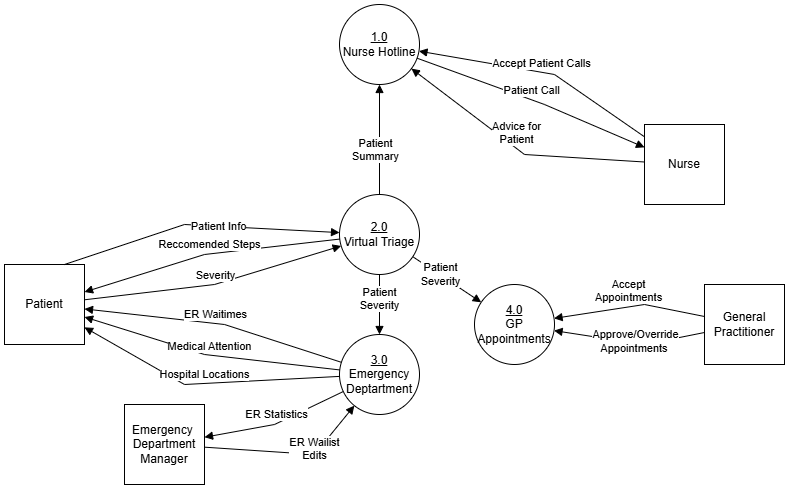
SENG-350-2024-fall/Team9 keeps this draw.io diagram as AmirWork/M3/DFDLevel0.drawio.png. Above is the earlier version. Source tidied: cells renumbered, new cells last; positions are measured from the earlier drawing's top-left corner, leaving out a move shared by most shapes. Source of this version:
```xml
<mxGraphModel>
  <root>
    <mxCell id="0" />
    <mxCell id="1" parent="0" />
    <mxCell id="2" value="&lt;u&gt;1.0&lt;/u&gt;&lt;div&gt;Nurse Hotline&lt;/div&gt;" style="ellipse;whiteSpace=wrap;html=1;" parent="1" vertex="1">
      <mxGeometry x="335" width="80" height="80" as="geometry" />
    </mxCell>
    <mxCell id="3" value="&lt;u&gt;2.0&lt;/u&gt;&lt;div&gt;Virtual Triage&lt;/div&gt;" style="ellipse;whiteSpace=wrap;html=1;" parent="1" vertex="1">
      <mxGeometry x="335" y="190" width="80" height="80" as="geometry" />
    </mxCell>
    <mxCell id="4" value="&lt;u&gt;3.0&lt;/u&gt;&lt;div&gt;Emergency Deptartment&lt;/div&gt;" style="ellipse;whiteSpace=wrap;html=1;" parent="1" vertex="1">
      <mxGeometry x="335" y="330" width="80" height="80" as="geometry" />
    </mxCell>
    <mxCell id="5" value="Patient" style="whiteSpace=wrap;html=1;" parent="1" vertex="1">
      <mxGeometry y="260" width="80" height="80" as="geometry" />
    </mxCell>
    <mxCell id="6" value="Severity" style="html=1;verticalAlign=bottom;endArrow=block;curved=0;rounded=0;" parent="1" edge="1" source="5" target="3">
      <mxGeometry relative="1" as="geometry">
        <Array as="points">
          <mxPoint x="210" y="280" />
        </Array>
      </mxGeometry>
    </mxCell>
    <mxCell id="7" value="Nurse" style="whiteSpace=wrap;html=1;" parent="1" vertex="1">
      <mxGeometry x="640" y="120" width="80" height="80" as="geometry" />
    </mxCell>
    <mxCell id="8" value="Patient Call" style="html=1;verticalAlign=bottom;endArrow=block;curved=0;rounded=0;" parent="1" edge="1" source="2" target="7">
      <mxGeometry relative="1" as="geometry">
        <Array as="points">
          <mxPoint x="540" y="100" />
        </Array>
      </mxGeometry>
    </mxCell>
    <mxCell id="9" value="Emergency&amp;nbsp;&lt;div&gt;Department&lt;br&gt;&lt;div&gt;Ma&lt;span style=&quot;background-color: initial;&quot;&gt;nager&lt;/span&gt;&lt;/div&gt;&lt;/div&gt;" style="whiteSpace=wrap;html=1;" parent="1" vertex="1">
      <mxGeometry x="120" y="400" width="80" height="80" as="geometry" />
    </mxCell>
    <mxCell id="10" value="ER Statistics" style="html=1;verticalAlign=bottom;endArrow=block;curved=0;rounded=0;" parent="1" edge="1" source="4" target="9">
      <mxGeometry relative="1" as="geometry">
        <Array as="points">
          <mxPoint x="270" y="420" />
        </Array>
      </mxGeometry>
    </mxCell>
    <mxCell id="11" value="ER Wailist&lt;div&gt;Edits&lt;/div&gt;" style="html=1;verticalAlign=bottom;endArrow=block;curved=0;rounded=0;" parent="1" edge="1" source="9" target="4">
      <mxGeometry x="0.27" y="-10" relative="1" as="geometry">
        <Array as="points">
          <mxPoint x="310" y="450" />
        </Array>
        <mxPoint x="-8" y="4" as="offset" />
      </mxGeometry>
    </mxCell>
    <mxCell id="12" value="ER Waitimes" style="html=1;verticalAlign=bottom;endArrow=block;curved=0;rounded=0;" parent="1" edge="1" source="4" target="5">
      <mxGeometry relative="1" as="geometry">
        <Array as="points">
          <mxPoint x="220" y="320" />
        </Array>
      </mxGeometry>
    </mxCell>
    <mxCell id="13" value="Reccomended Steps" style="html=1;verticalAlign=bottom;endArrow=block;curved=0;rounded=0;" parent="1" edge="1" source="3" target="5">
      <mxGeometry relative="1" as="geometry">
        <Array as="points">
          <mxPoint x="200" y="250" />
        </Array>
      </mxGeometry>
    </mxCell>
    <mxCell id="14" value="Advice for&lt;div&gt;Patient&lt;/div&gt;" style="html=1;verticalAlign=bottom;endArrow=block;curved=0;rounded=0;" parent="1" edge="1" source="7" target="2">
      <mxGeometry relative="1" as="geometry">
        <Array as="points">
          <mxPoint x="520" y="150" />
        </Array>
      </mxGeometry>
    </mxCell>
    <mxCell id="15" value="General Practitioner" style="whiteSpace=wrap;html=1;" parent="1" vertex="1">
      <mxGeometry x="700" y="280" width="80" height="80" as="geometry" />
    </mxCell>
    <mxCell id="16" value="Medical Attention" style="html=1;verticalAlign=bottom;endArrow=block;curved=0;rounded=0;" parent="1" edge="1" source="4" target="5">
      <mxGeometry relative="1" as="geometry">
        <Array as="points">
          <mxPoint x="200" y="350" />
        </Array>
      </mxGeometry>
    </mxCell>
    <mxCell id="17" value="Patient&lt;div&gt;Summary&lt;/div&gt;" style="html=1;verticalAlign=bottom;endArrow=block;curved=0;rounded=0;" parent="1" edge="1" source="3" target="2">
      <mxGeometry x="-0.47" y="4" relative="1" as="geometry" />
    </mxCell>
    <mxCell id="18" value="Patient&lt;div&gt;Severity&lt;/div&gt;" style="html=1;verticalAlign=bottom;endArrow=block;curved=0;rounded=0;" parent="1" edge="1" source="3" target="4">
      <mxGeometry x="0.33" relative="1" as="geometry" />
    </mxCell>
    <mxCell id="19" value="Hospital Locations" style="html=1;verticalAlign=bottom;endArrow=block;curved=0;rounded=0;" parent="1" edge="1" source="4" target="5">
      <mxGeometry relative="1" as="geometry">
        <Array as="points">
          <mxPoint x="180" y="380" />
        </Array>
      </mxGeometry>
    </mxCell>
    <mxCell id="20" style="html=1;verticalAlign=bottom;endArrow=block;curved=0;rounded=0;exitX=0.75;exitY=0;exitDx=0;exitDy=0;" parent="1" edge="1" source="5" target="3">
      <mxGeometry x="0.13" y="-14" relative="1" as="geometry">
        <Array as="points">
          <mxPoint x="180" y="220" />
        </Array>
      </mxGeometry>
    </mxCell>
    <mxCell id="21" value="Patient Info" style="edgeLabel;html=1;align=center;verticalAlign=middle;" parent="20" vertex="1">
      <mxGeometry x="0.05" relative="1" as="geometry">
        <mxPoint x="12" as="offset" />
      </mxGeometry>
    </mxCell>
    <mxCell id="22" value="&lt;u&gt;4.0&lt;/u&gt;&lt;div&gt;GP Appointments&lt;/div&gt;" style="ellipse;whiteSpace=wrap;html=1;" parent="1" vertex="1">
      <mxGeometry x="470" y="280" width="80" height="80" as="geometry" />
    </mxCell>
    <mxCell id="23" style="html=1;verticalAlign=bottom;endArrow=block;curved=0;rounded=0;" parent="1" edge="1" source="3" target="22">
      <mxGeometry x="-0.12" y="3" relative="1" as="geometry" />
    </mxCell>
    <mxCell id="24" value="Patient&lt;div&gt;Severity&lt;/div&gt;" style="edgeLabel;html=1;align=center;verticalAlign=middle;" parent="23" vertex="1">
      <mxGeometry x="-0.29" y="-1" relative="1" as="geometry">
        <mxPoint x="3" as="offset" />
      </mxGeometry>
    </mxCell>
    <mxCell id="25" value="Accept&lt;div&gt;Appointments&lt;/div&gt;" style="html=1;verticalAlign=bottom;endArrow=block;curved=0;rounded=0;" parent="1" edge="1" source="15" target="22">
      <mxGeometry relative="1" as="geometry">
        <Array as="points">
          <mxPoint x="640" y="300" />
        </Array>
      </mxGeometry>
    </mxCell>
    <mxCell id="26" style="html=1;verticalAlign=bottom;endArrow=block;curved=0;rounded=0;" parent="1" edge="1" source="15" target="22">
      <mxGeometry x="-0.07" y="2" relative="1" as="geometry">
        <Array as="points">
          <mxPoint x="640" y="340" />
        </Array>
      </mxGeometry>
    </mxCell>
    <mxCell id="27" value="Approve/Override&lt;div&gt;Appointments&amp;nbsp;&lt;/div&gt;" style="edgeLabel;html=1;align=center;verticalAlign=middle;" parent="26" vertex="1">
      <mxGeometry x="-0.08" y="1" relative="1" as="geometry">
        <mxPoint y="-3" as="offset" />
      </mxGeometry>
    </mxCell>
    <mxCell id="28" value="Accept Patient Calls" style="html=1;verticalAlign=bottom;endArrow=block;curved=0;rounded=0;" parent="1" edge="1" source="7" target="2">
      <mxGeometry relative="1" as="geometry">
        <Array as="points">
          <mxPoint x="550" y="70" />
        </Array>
      </mxGeometry>
    </mxCell>
  </root>
</mxGraphModel>
```
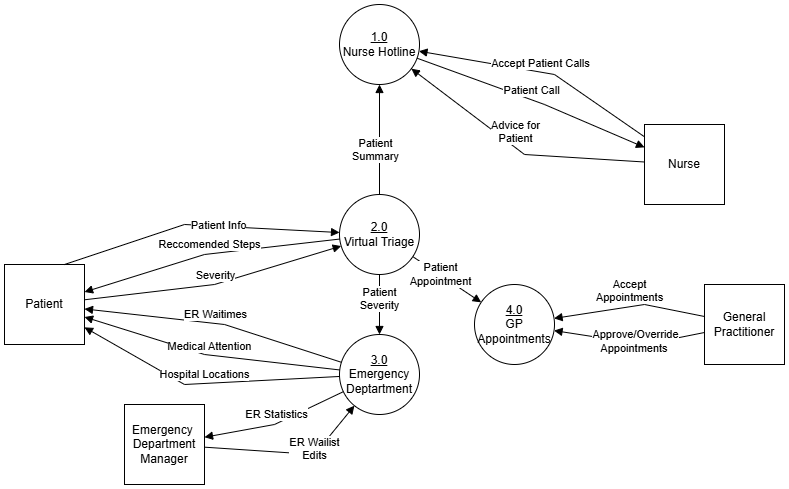
After the change.

The edit, as a diff of the source:
```diff
@@ -111,7 +111,7 @@
     <mxCell id="23" style="html=1;verticalAlign=bottom;endArrow=block;curved=0;rounded=0;" parent="1" edge="1" source="3" target="22">
       <mxGeometry x="-0.12" y="3" relative="1" as="geometry" />
     </mxCell>
-    <mxCell id="24" value="Patient&lt;div&gt;Severity&lt;/div&gt;" style="edgeLabel;html=1;align=center;verticalAlign=middle;" parent="23" vertex="1">
+    <mxCell id="24" value="Patient&lt;div&gt;Appointment&lt;/div&gt;" style="edgeLabel;html=1;align=center;verticalAlign=middle;" parent="23" vertex="1">
       <mxGeometry x="-0.29" y="-1" relative="1" as="geometry">
         <mxPoint x="3" as="offset" />
       </mxGeometry>
```
